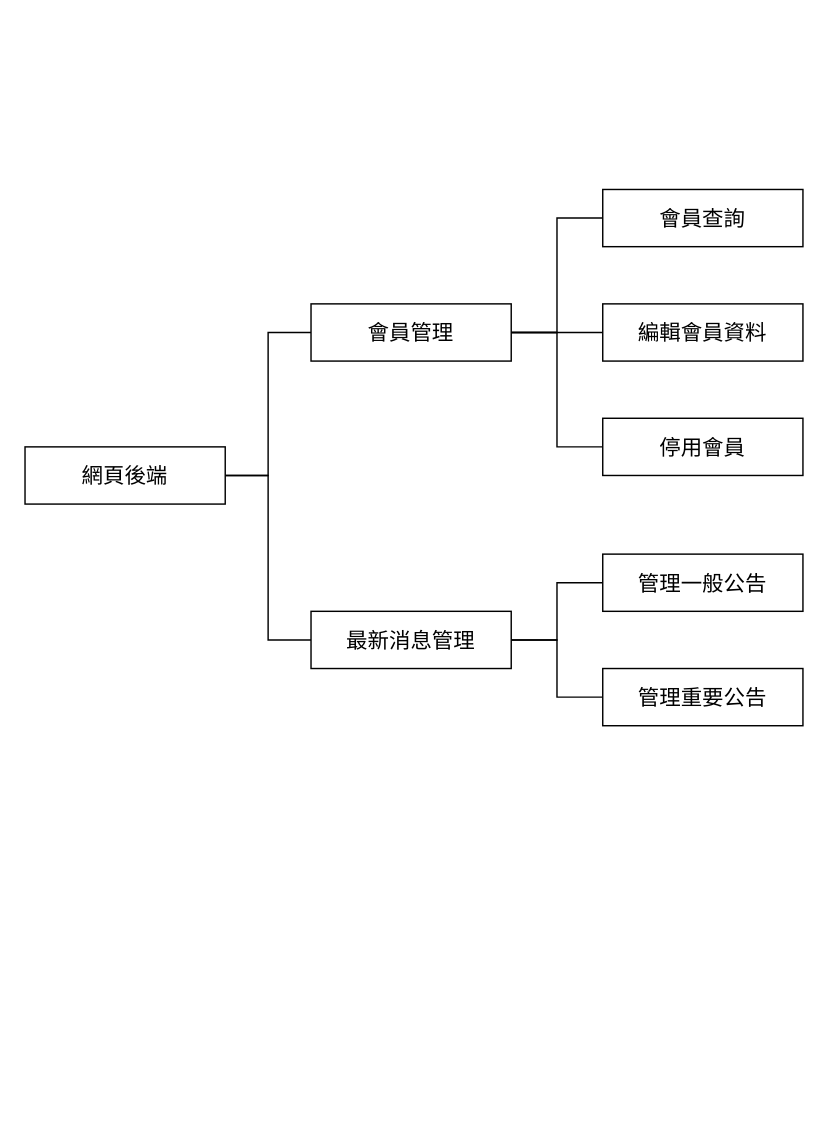
Above: graphs/b1/back end struct.drawio in 7bagbun/grad_prj_docs (draw.io), before the change. Source tidied: cells renumbered, new cells numbered last; positions are measured from the earlier drawing's top-left corner, leaving out a move shared by most shapes. Both pictures are drawn from the tidied source at 143%, with x=0, y=0 at pixel (24, 189).
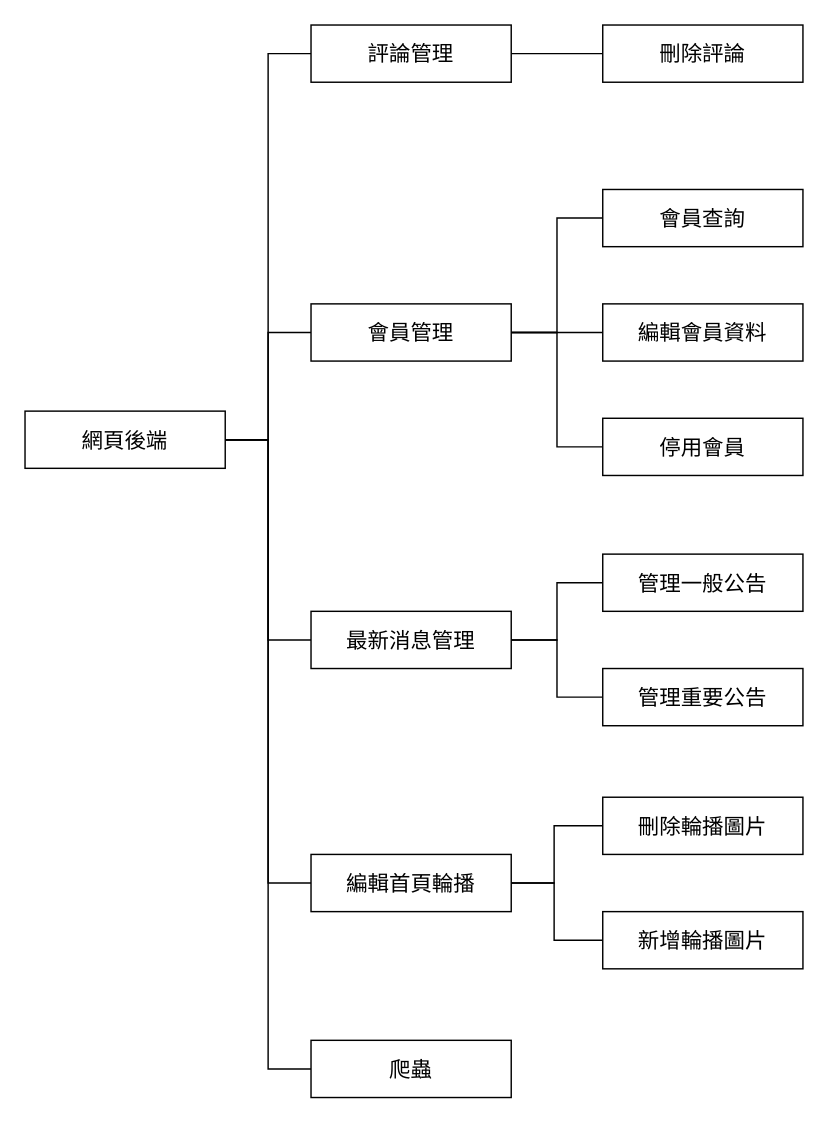
Above is the later version.

The change refers to these unchanged cells:
```xml
<mxCell id="8" value="&lt;font style=&quot;font-size: 15px;&quot;&gt;會員管理&lt;/font&gt;" style="rounded=0;whiteSpace=wrap;html=1;direction=east;" parent="1" vertex="1">
  <mxGeometry x="200" y="80" width="140" height="40" as="geometry" />
</mxCell>
<mxCell id="11" value="&lt;font style=&quot;font-size: 15px;&quot;&gt;最新消息管理&lt;/font&gt;" style="rounded=0;whiteSpace=wrap;html=1;direction=east;" parent="1" vertex="1">
  <mxGeometry x="200" y="295" width="140" height="40" as="geometry" />
</mxCell>
```

What changed in the source:
```diff
@@
     <mxCell id="2" style="edgeStyle=orthogonalEdgeStyle;rounded=0;jettySize=auto;html=1;endArrow=none;endFill=0;" parent="1" edge="1" source="4" target="8">
       <mxGeometry relative="1" as="geometry">
         <Array as="points">
-          <mxPoint x="170" y="200" />
+          <mxPoint x="170" y="175" />
           <mxPoint x="170" y="100" />
         </Array>
       </mxGeometry>
     </mxCell>
     <mxCell id="3" style="edgeStyle=orthogonalEdgeStyle;rounded=0;jettySize=auto;html=1;endArrow=none;endFill=0;" parent="1" edge="1" source="4" target="11">
       <mxGeometry relative="1" as="geometry">
         <Array as="points">
-          <mxPoint x="170" y="200" />
+          <mxPoint x="170" y="175" />
           <mxPoint x="170" y="315" />
         </Array>
       </mxGeometry>
     </mxCell>
+    <mxCell id="17" style="edgeStyle=orthogonalEdgeStyle;rounded=0;jettySize=auto;html=1;entryX=0;entryY=0.5;entryDx=0;entryDy=0;endArrow=none;endFill=0;" parent="1" edge="1" source="4" target="20">
+      <mxGeometry relative="1" as="geometry" />
+    </mxCell>
+    <mxCell id="18" style="edgeStyle=orthogonalEdgeStyle;rounded=0;jettySize=auto;html=1;entryX=0;entryY=0.5;entryDx=0;entryDy=0;endArrow=none;endFill=0;" parent="1" edge="1" source="4" target="22">
+      <mxGeometry relative="1" as="geometry" />
+    </mxCell>
+    <mxCell id="19" style="edgeStyle=orthogonalEdgeStyle;rounded=0;jettySize=auto;html=1;entryX=0;entryY=0.5;entryDx=0;entryDy=0;endArrow=none;endFill=0;" parent="1" edge="1" source="4" target="26">
+      <mxGeometry relative="1" as="geometry" />
+    </mxCell>
     <mxCell id="4" value="&lt;font style=&quot;font-size: 15px;&quot;&gt;網頁後端&lt;/font&gt;" style="rounded=0;whiteSpace=wrap;html=1;direction=east;" parent="1" vertex="1">
-      <mxGeometry y="180" width="140" height="40" as="geometry" />
+      <mxGeometry y="155" width="140" height="40" as="geometry" />
     </mxCell>
@@
+    <mxCell id="20" value="&lt;font style=&quot;font-size: 15px;&quot;&gt;爬蟲&lt;/font&gt;" style="rounded=0;whiteSpace=wrap;html=1;direction=east;" parent="1" vertex="1">
+      <mxGeometry x="200" y="595" width="140" height="40" as="geometry" />
+    </mxCell>
+    <mxCell id="21" style="edgeStyle=orthogonalEdgeStyle;rounded=0;jettySize=auto;html=1;entryX=0;entryY=0.5;entryDx=0;entryDy=0;endArrow=none;endFill=0;" parent="1" edge="1" source="22" target="23">
+      <mxGeometry relative="1" as="geometry" />
+    </mxCell>
+    <mxCell id="22" value="&lt;font style=&quot;font-size: 15px;&quot;&gt;評論管理&lt;/font&gt;" style="rounded=0;whiteSpace=wrap;html=1;direction=east;" parent="1" vertex="1">
+      <mxGeometry x="200" y="-115" width="140" height="40" as="geometry" />
+    </mxCell>
+    <mxCell id="23" value="&lt;font style=&quot;font-size: 15px;&quot;&gt;刪除評論&lt;/font&gt;" style="rounded=0;whiteSpace=wrap;html=1;direction=east;" parent="1" vertex="1">
+      <mxGeometry x="404" y="-115" width="140" height="40" as="geometry" />
+    </mxCell>
+    <mxCell id="24" style="edgeStyle=orthogonalEdgeStyle;rounded=0;jettySize=auto;html=1;endArrow=none;endFill=0;" parent="1" edge="1" source="26" target="27">
+      <mxGeometry relative="1" as="geometry">
+        <Array as="points">
+          <mxPoint x="370" y="485" />
+          <mxPoint x="370" y="445" />
+        </Array>
+      </mxGeometry>
+    </mxCell>
+    <mxCell id="25" style="edgeStyle=orthogonalEdgeStyle;rounded=0;jettySize=auto;html=1;entryX=0;entryY=0.5;entryDx=0;entryDy=0;endArrow=none;endFill=0;" parent="1" edge="1" source="26" target="28">
+      <mxGeometry relative="1" as="geometry">
+        <Array as="points">
+          <mxPoint x="370" y="485" />
+          <mxPoint x="370" y="525" />
+        </Array>
+      </mxGeometry>
+    </mxCell>
+    <mxCell id="26" value="&lt;span style=&quot;font-size: 15px;&quot;&gt;編輯首頁輪播&lt;/span&gt;" style="rounded=0;whiteSpace=wrap;html=1;direction=east;" parent="1" vertex="1">
+      <mxGeometry x="200" y="465" width="140" height="40" as="geometry" />
+    </mxCell>
+    <mxCell id="27" value="&lt;span style=&quot;font-size: 15px;&quot;&gt;刪除輪播圖片&lt;/span&gt;" style="rounded=0;whiteSpace=wrap;html=1;direction=east;" parent="1" vertex="1">
+      <mxGeometry x="404" y="425" width="140" height="40" as="geometry" />
+    </mxCell>
+    <mxCell id="28" value="&lt;span style=&quot;font-size: 15px;&quot;&gt;新增輪播圖片&lt;/span&gt;" style="rounded=0;whiteSpace=wrap;html=1;direction=east;" parent="1" vertex="1">
+      <mxGeometry x="404" y="505" width="140" height="40" as="geometry" />
+    </mxCell>
```
